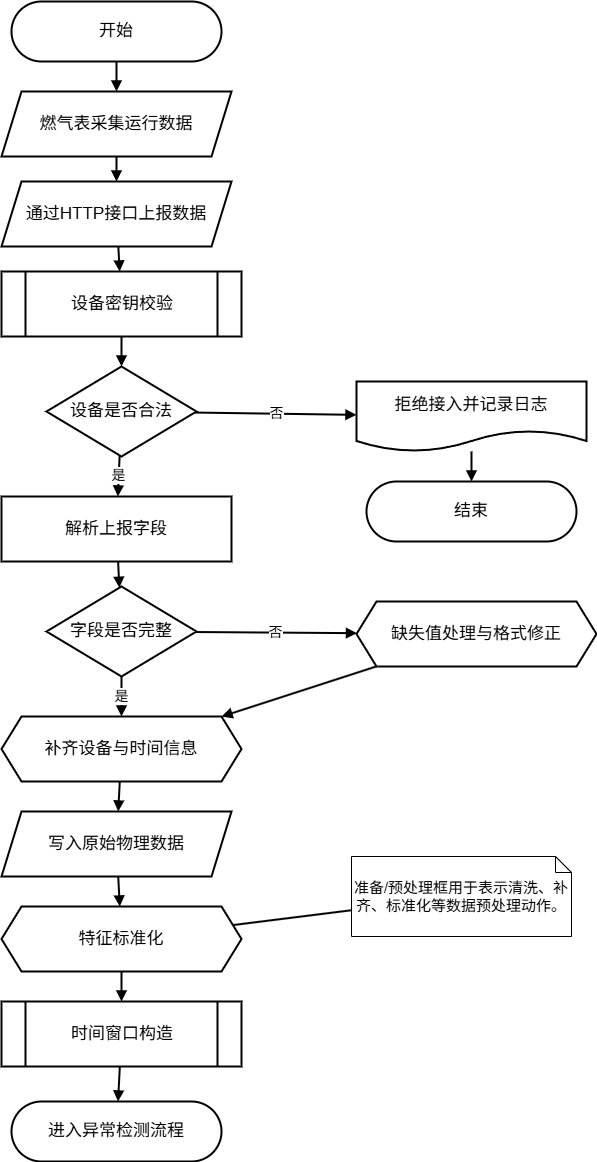
Before: pictures_drawio/数据接入与预处理流程图.drawio.png, a diagram exported from draw.io (solisW/my_thesis_system). Source tidied: cells renumbered, new cells last; positions are measured from the earlier drawing's top-left corner, leaving out a move shared by most shapes. The source it was exported from:
```xml
<mxGraphModel>
  <root>
    <mxCell id="0" />
    <mxCell id="1" parent="0" />
    <mxCell id="2" value="开始" style="rounded=1;arcSize=50;whiteSpace=wrap;html=1;fillColor=#ffffff;strokeColor=#000000;strokeWidth=2;fontSize=17;" parent="1" vertex="1">
      <mxGeometry x="10" width="210" height="60" as="geometry" />
    </mxCell>
    <mxCell id="3" value="燃气表采集运行数据" style="shape=parallelogram;perimeter=parallelogramPerimeter;whiteSpace=wrap;html=1;fixedSize=1;fillColor=#ffffff;strokeColor=#000000;strokeWidth=2;fontSize=17;" parent="1" vertex="1">
      <mxGeometry y="90" width="230" height="65" as="geometry" />
    </mxCell>
    <mxCell id="4" value="通过HTTP接口上报数据" style="shape=parallelogram;perimeter=parallelogramPerimeter;whiteSpace=wrap;html=1;fixedSize=1;fillColor=#ffffff;strokeColor=#000000;strokeWidth=2;fontSize=17;" parent="1" vertex="1">
      <mxGeometry y="180" width="230" height="65" as="geometry" />
    </mxCell>
    <mxCell id="5" value="设备密钥校验" style="shape=process;whiteSpace=wrap;html=1;backgroundOutline=1;fillColor=#ffffff;strokeColor=#000000;strokeWidth=2;fontSize=17;" parent="1" vertex="1">
      <mxGeometry y="270" width="240" height="65" as="geometry" />
    </mxCell>
    <mxCell id="6" value="设备是否合法" style="rhombus;whiteSpace=wrap;html=1;fillColor=#ffffff;strokeColor=#000000;strokeWidth=2;fontSize=17;" parent="1" vertex="1">
      <mxGeometry x="45" y="365" width="150" height="90" as="geometry" />
    </mxCell>
    <mxCell id="7" value="拒绝接入并记录日志" style="shape=document;whiteSpace=wrap;html=1;boundedLbl=1;fillColor=#ffffff;strokeColor=#000000;strokeWidth=2;fontSize=17;" parent="1" vertex="1">
      <mxGeometry x="355" y="380" width="230" height="70" as="geometry" />
    </mxCell>
    <mxCell id="8" value="结束" style="rounded=1;arcSize=50;whiteSpace=wrap;html=1;fillColor=#ffffff;strokeColor=#000000;strokeWidth=2;fontSize=17;" parent="1" vertex="1">
      <mxGeometry x="365" y="480" width="210" height="60" as="geometry" />
    </mxCell>
    <mxCell id="9" value="解析上报字段" style="rounded=0;whiteSpace=wrap;html=1;fillColor=#ffffff;strokeColor=#000000;strokeWidth=2;fontSize=17;" parent="1" vertex="1">
      <mxGeometry y="495" width="230" height="65" as="geometry" />
    </mxCell>
    <mxCell id="10" value="字段是否完整" style="rhombus;whiteSpace=wrap;html=1;fillColor=#ffffff;strokeColor=#000000;strokeWidth=2;fontSize=17;" parent="1" vertex="1">
      <mxGeometry x="45" y="585" width="150" height="90" as="geometry" />
    </mxCell>
    <mxCell id="11" value="缺失值处理与格式修正" style="shape=hexagon;perimeter=hexagonPerimeter2;whiteSpace=wrap;html=1;fixedSize=1;fillColor=#ffffff;strokeColor=#000000;strokeWidth=2;fontSize=17;" parent="1" vertex="1">
      <mxGeometry x="355" y="600" width="240" height="65" as="geometry" />
    </mxCell>
    <mxCell id="12" value="补齐设备与时间信息" style="shape=hexagon;perimeter=hexagonPerimeter2;whiteSpace=wrap;html=1;fixedSize=1;fillColor=#ffffff;strokeColor=#000000;strokeWidth=2;fontSize=17;" parent="1" vertex="1">
      <mxGeometry y="715" width="240" height="65" as="geometry" />
    </mxCell>
    <mxCell id="13" value="写入原始物理数据" style="shape=parallelogram;perimeter=parallelogramPerimeter;whiteSpace=wrap;html=1;fixedSize=1;fillColor=#ffffff;strokeColor=#000000;strokeWidth=2;fontSize=17;" parent="1" vertex="1">
      <mxGeometry y="810" width="230" height="65" as="geometry" />
    </mxCell>
    <mxCell id="14" value="特征标准化" style="shape=hexagon;perimeter=hexagonPerimeter2;whiteSpace=wrap;html=1;fixedSize=1;fillColor=#ffffff;strokeColor=#000000;strokeWidth=2;fontSize=17;" parent="1" vertex="1">
      <mxGeometry y="905" width="240" height="65" as="geometry" />
    </mxCell>
    <mxCell id="15" value="时间窗口构造" style="shape=process;whiteSpace=wrap;html=1;backgroundOutline=1;fillColor=#ffffff;strokeColor=#000000;strokeWidth=2;fontSize=17;" parent="1" vertex="1">
      <mxGeometry y="1000" width="240" height="65" as="geometry" />
    </mxCell>
    <mxCell id="16" value="进入异常检测流程" style="rounded=1;arcSize=50;whiteSpace=wrap;html=1;fillColor=#ffffff;strokeColor=#000000;strokeWidth=2;fontSize=17;" parent="1" vertex="1">
      <mxGeometry x="10" y="1100" width="210" height="60" as="geometry" />
    </mxCell>
    <mxCell id="17" value="准备/预处理框用于表示清洗、补齐、标准化等数据预处理动作。" style="shape=note;whiteSpace=wrap;html=1;size=16;fillColor=#ffffff;strokeColor=#000000;strokeWidth=1;fontSize=15;" parent="1" vertex="1">
      <mxGeometry x="350" y="855" width="220" height="80" as="geometry" />
    </mxCell>
    <mxCell id="18" style="endArrow=block;html=1;rounded=0;strokeWidth=2;fontSize=14;" parent="1" edge="1" source="2" target="3">
      <mxGeometry relative="1" as="geometry" />
    </mxCell>
    <mxCell id="19" style="endArrow=block;html=1;rounded=0;strokeWidth=2;fontSize=14;" parent="1" edge="1" source="3" target="4">
      <mxGeometry relative="1" as="geometry" />
    </mxCell>
    <mxCell id="20" style="endArrow=block;html=1;rounded=0;strokeWidth=2;fontSize=14;" parent="1" edge="1" source="4" target="5">
      <mxGeometry relative="1" as="geometry" />
    </mxCell>
    <mxCell id="21" style="endArrow=block;html=1;rounded=0;strokeWidth=2;fontSize=14;" parent="1" edge="1" source="5" target="6">
      <mxGeometry relative="1" as="geometry" />
    </mxCell>
    <mxCell id="22" value="是" style="endArrow=block;html=1;rounded=0;strokeWidth=2;fontSize=14;" parent="1" edge="1" source="6" target="9">
      <mxGeometry relative="1" as="geometry" />
    </mxCell>
    <mxCell id="23" value="否" style="endArrow=block;html=1;rounded=0;strokeWidth=2;fontSize=14;" parent="1" edge="1" source="6" target="7">
      <mxGeometry relative="1" as="geometry" />
    </mxCell>
    <mxCell id="24" style="endArrow=block;html=1;rounded=0;strokeWidth=2;fontSize=14;" parent="1" edge="1" source="7" target="8">
      <mxGeometry relative="1" as="geometry" />
    </mxCell>
    <mxCell id="25" style="endArrow=block;html=1;rounded=0;strokeWidth=2;fontSize=14;" parent="1" edge="1" source="9" target="10">
      <mxGeometry relative="1" as="geometry" />
    </mxCell>
    <mxCell id="26" value="是" style="endArrow=block;html=1;rounded=0;strokeWidth=2;fontSize=14;" parent="1" edge="1" source="10" target="12">
      <mxGeometry relative="1" as="geometry" />
    </mxCell>
    <mxCell id="27" value="否" style="endArrow=block;html=1;rounded=0;strokeWidth=2;fontSize=14;" parent="1" edge="1" source="10" target="11">
      <mxGeometry relative="1" as="geometry" />
    </mxCell>
    <mxCell id="28" style="endArrow=block;html=1;rounded=0;strokeWidth=2;fontSize=14;" parent="1" edge="1" source="11" target="12">
      <mxGeometry relative="1" as="geometry" />
    </mxCell>
    <mxCell id="29" style="endArrow=block;html=1;rounded=0;strokeWidth=2;fontSize=14;" parent="1" edge="1" source="12" target="13">
      <mxGeometry relative="1" as="geometry" />
    </mxCell>
    <mxCell id="30" style="endArrow=block;html=1;rounded=0;strokeWidth=2;fontSize=14;" parent="1" edge="1" source="13" target="14">
      <mxGeometry relative="1" as="geometry" />
    </mxCell>
    <mxCell id="31" style="endArrow=block;html=1;rounded=0;strokeWidth=2;fontSize=14;" parent="1" edge="1" source="14" target="15">
      <mxGeometry relative="1" as="geometry" />
    </mxCell>
    <mxCell id="32" style="endArrow=block;html=1;rounded=0;strokeWidth=2;fontSize=14;" parent="1" edge="1" source="15" target="16">
      <mxGeometry relative="1" as="geometry" />
    </mxCell>
    <mxCell id="33" style="endArrow=none;html=1;rounded=0;strokeWidth=2;fontSize=14;" parent="1" edge="1" source="17" target="14">
      <mxGeometry relative="1" as="geometry" />
    </mxCell>
  </root>
</mxGraphModel>
```
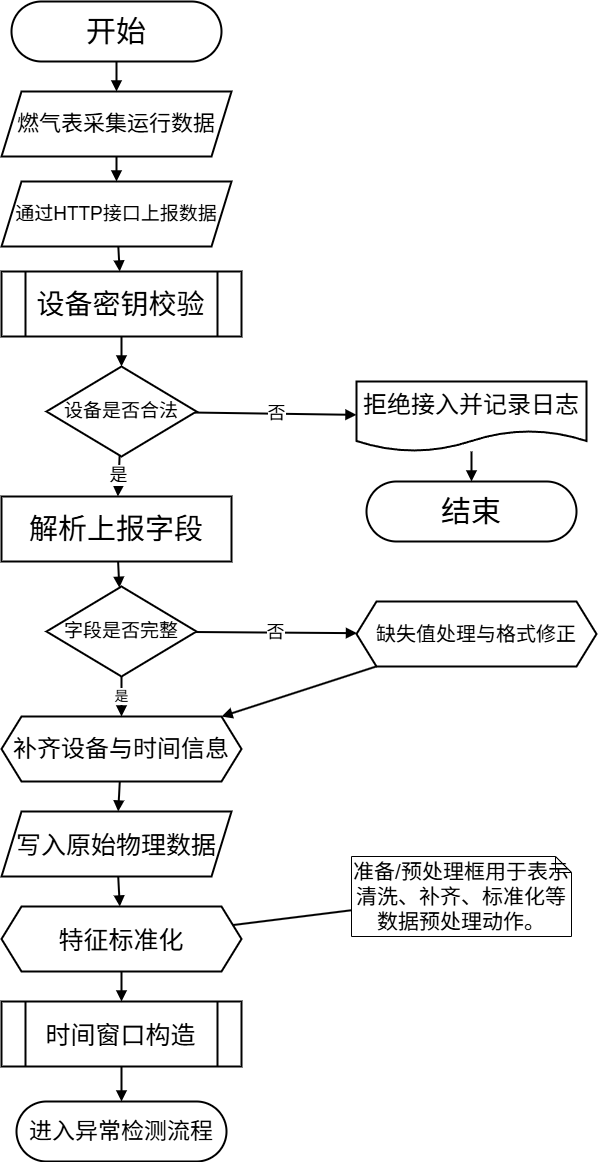
Later version of the same file.

Diff of the diagram source:
```diff
@@ -2,52 +2,52 @@
   <root>
     <mxCell id="0" />
     <mxCell id="1" parent="0" />
-    <mxCell id="2" value="开始" style="rounded=1;arcSize=50;whiteSpace=wrap;html=1;fillColor=#ffffff;strokeColor=#000000;strokeWidth=2;fontSize=17;" parent="1" vertex="1">
+    <mxCell id="2" value="&lt;font style=&quot;font-size: 30px;&quot;&gt;开始&lt;/font&gt;" style="rounded=1;arcSize=50;whiteSpace=wrap;html=1;fillColor=#ffffff;strokeColor=#000000;strokeWidth=2;fontSize=17;" parent="1" vertex="1">
       <mxGeometry x="10" width="210" height="60" as="geometry" />
     </mxCell>
-    <mxCell id="3" value="燃气表采集运行数据" style="shape=parallelogram;perimeter=parallelogramPerimeter;whiteSpace=wrap;html=1;fixedSize=1;fillColor=#ffffff;strokeColor=#000000;strokeWidth=2;fontSize=17;" parent="1" vertex="1">
+    <mxCell id="3" value="&lt;font style=&quot;font-size: 22px;&quot;&gt;燃气表采集运行数据&lt;/font&gt;" style="shape=parallelogram;perimeter=parallelogramPerimeter;whiteSpace=wrap;html=1;fixedSize=1;fillColor=#ffffff;strokeColor=#000000;strokeWidth=2;fontSize=17;" parent="1" vertex="1">
       <mxGeometry y="90" width="230" height="65" as="geometry" />
     </mxCell>
-    <mxCell id="4" value="通过HTTP接口上报数据" style="shape=parallelogram;perimeter=parallelogramPerimeter;whiteSpace=wrap;html=1;fixedSize=1;fillColor=#ffffff;strokeColor=#000000;strokeWidth=2;fontSize=17;" parent="1" vertex="1">
+    <mxCell id="4" value="&lt;font style=&quot;font-size: 19px;&quot;&gt;通过HTTP接口上报数据&lt;/font&gt;" style="shape=parallelogram;perimeter=parallelogramPerimeter;whiteSpace=wrap;html=1;fixedSize=1;fillColor=#ffffff;strokeColor=#000000;strokeWidth=2;fontSize=17;" parent="1" vertex="1">
       <mxGeometry y="180" width="230" height="65" as="geometry" />
     </mxCell>
-    <mxCell id="5" value="设备密钥校验" style="shape=process;whiteSpace=wrap;html=1;backgroundOutline=1;fillColor=#ffffff;strokeColor=#000000;strokeWidth=2;fontSize=17;" parent="1" vertex="1">
+    <mxCell id="5" value="&lt;font style=&quot;font-size: 28px;&quot;&gt;设备密钥校验&lt;/font&gt;" style="shape=process;whiteSpace=wrap;html=1;backgroundOutline=1;fillColor=#ffffff;strokeColor=#000000;strokeWidth=2;fontSize=17;" parent="1" vertex="1">
       <mxGeometry y="270" width="240" height="65" as="geometry" />
     </mxCell>
-    <mxCell id="6" value="设备是否合法" style="rhombus;whiteSpace=wrap;html=1;fillColor=#ffffff;strokeColor=#000000;strokeWidth=2;fontSize=17;" parent="1" vertex="1">
+    <mxCell id="6" value="&lt;font style=&quot;font-size: 19px;&quot;&gt;设备是否合法&lt;/font&gt;" style="rhombus;whiteSpace=wrap;html=1;fillColor=#ffffff;strokeColor=#000000;strokeWidth=2;fontSize=17;" parent="1" vertex="1">
       <mxGeometry x="45" y="365" width="150" height="90" as="geometry" />
     </mxCell>
-    <mxCell id="7" value="拒绝接入并记录日志" style="shape=document;whiteSpace=wrap;html=1;boundedLbl=1;fillColor=#ffffff;strokeColor=#000000;strokeWidth=2;fontSize=17;" parent="1" vertex="1">
+    <mxCell id="7" value="&lt;font style=&quot;font-size: 24px;&quot;&gt;拒绝接入并记录日志&lt;/font&gt;" style="shape=document;whiteSpace=wrap;html=1;boundedLbl=1;fillColor=#ffffff;strokeColor=#000000;strokeWidth=2;fontSize=17;" parent="1" vertex="1">
       <mxGeometry x="355" y="380" width="230" height="70" as="geometry" />
     </mxCell>
-    <mxCell id="8" value="结束" style="rounded=1;arcSize=50;whiteSpace=wrap;html=1;fillColor=#ffffff;strokeColor=#000000;strokeWidth=2;fontSize=17;" parent="1" vertex="1">
+    <mxCell id="8" value="&lt;font style=&quot;font-size: 30px;&quot;&gt;结束&lt;/font&gt;" style="rounded=1;arcSize=50;whiteSpace=wrap;html=1;fillColor=#ffffff;strokeColor=#000000;strokeWidth=2;fontSize=17;" parent="1" vertex="1">
       <mxGeometry x="365" y="480" width="210" height="60" as="geometry" />
     </mxCell>
-    <mxCell id="9" value="解析上报字段" style="rounded=0;whiteSpace=wrap;html=1;fillColor=#ffffff;strokeColor=#000000;strokeWidth=2;fontSize=17;" parent="1" vertex="1">
+    <mxCell id="9" value="&lt;font style=&quot;font-size: 29px;&quot;&gt;解析上报字段&lt;/font&gt;" style="rounded=0;whiteSpace=wrap;html=1;fillColor=#ffffff;strokeColor=#000000;strokeWidth=2;fontSize=17;" parent="1" vertex="1">
       <mxGeometry y="495" width="230" height="65" as="geometry" />
     </mxCell>
-    <mxCell id="10" value="字段是否完整" style="rhombus;whiteSpace=wrap;html=1;fillColor=#ffffff;strokeColor=#000000;strokeWidth=2;fontSize=17;" parent="1" vertex="1">
+    <mxCell id="10" value="&lt;font style=&quot;font-size: 19px;&quot;&gt;字段是否完整&lt;/font&gt;" style="rhombus;whiteSpace=wrap;html=1;fillColor=#ffffff;strokeColor=#000000;strokeWidth=2;fontSize=17;" parent="1" vertex="1">
       <mxGeometry x="45" y="585" width="150" height="90" as="geometry" />
     </mxCell>
-    <mxCell id="11" value="缺失值处理与格式修正" style="shape=hexagon;perimeter=hexagonPerimeter2;whiteSpace=wrap;html=1;fixedSize=1;fillColor=#ffffff;strokeColor=#000000;strokeWidth=2;fontSize=17;" parent="1" vertex="1">
+    <mxCell id="11" value="&lt;font style=&quot;font-size: 20px;&quot;&gt;缺失值处理与格式修正&lt;/font&gt;" style="shape=hexagon;perimeter=hexagonPerimeter2;whiteSpace=wrap;html=1;fixedSize=1;fillColor=#ffffff;strokeColor=#000000;strokeWidth=2;fontSize=17;" parent="1" vertex="1">
       <mxGeometry x="355" y="600" width="240" height="65" as="geometry" />
     </mxCell>
-    <mxCell id="12" value="补齐设备与时间信息" style="shape=hexagon;perimeter=hexagonPerimeter2;whiteSpace=wrap;html=1;fixedSize=1;fillColor=#ffffff;strokeColor=#000000;strokeWidth=2;fontSize=17;" parent="1" vertex="1">
+    <mxCell id="12" value="&lt;font style=&quot;font-size: 24px;&quot;&gt;补齐设备与时间信息&lt;/font&gt;" style="shape=hexagon;perimeter=hexagonPerimeter2;whiteSpace=wrap;html=1;fixedSize=1;fillColor=#ffffff;strokeColor=#000000;strokeWidth=2;fontSize=17;" parent="1" vertex="1">
       <mxGeometry y="715" width="240" height="65" as="geometry" />
     </mxCell>
-    <mxCell id="13" value="写入原始物理数据" style="shape=parallelogram;perimeter=parallelogramPerimeter;whiteSpace=wrap;html=1;fixedSize=1;fillColor=#ffffff;strokeColor=#000000;strokeWidth=2;fontSize=17;" parent="1" vertex="1">
+    <mxCell id="13" value="&lt;font style=&quot;font-size: 25px;&quot;&gt;写入原始物理数据&lt;/font&gt;" style="shape=parallelogram;perimeter=parallelogramPerimeter;whiteSpace=wrap;html=1;fixedSize=1;fillColor=#ffffff;strokeColor=#000000;strokeWidth=2;fontSize=17;" parent="1" vertex="1">
       <mxGeometry y="810" width="230" height="65" as="geometry" />
     </mxCell>
-    <mxCell id="14" value="特征标准化" style="shape=hexagon;perimeter=hexagonPerimeter2;whiteSpace=wrap;html=1;fixedSize=1;fillColor=#ffffff;strokeColor=#000000;strokeWidth=2;fontSize=17;" parent="1" vertex="1">
+    <mxCell id="14" value="&lt;font style=&quot;font-size: 25px;&quot;&gt;特征标准化&lt;/font&gt;" style="shape=hexagon;perimeter=hexagonPerimeter2;whiteSpace=wrap;html=1;fixedSize=1;fillColor=#ffffff;strokeColor=#000000;strokeWidth=2;fontSize=17;" parent="1" vertex="1">
       <mxGeometry y="905" width="240" height="65" as="geometry" />
     </mxCell>
-    <mxCell id="15" value="时间窗口构造" style="shape=process;whiteSpace=wrap;html=1;backgroundOutline=1;fillColor=#ffffff;strokeColor=#000000;strokeWidth=2;fontSize=17;" parent="1" vertex="1">
+    <mxCell id="15" value="&lt;font style=&quot;font-size: 25px;&quot;&gt;时间窗口构造&lt;/font&gt;" style="shape=process;whiteSpace=wrap;html=1;backgroundOutline=1;fillColor=#ffffff;strokeColor=#000000;strokeWidth=2;fontSize=17;" parent="1" vertex="1">
       <mxGeometry y="1000" width="240" height="65" as="geometry" />
     </mxCell>
-    <mxCell id="16" value="进入异常检测流程" style="rounded=1;arcSize=50;whiteSpace=wrap;html=1;fillColor=#ffffff;strokeColor=#000000;strokeWidth=2;fontSize=17;" parent="1" vertex="1">
-      <mxGeometry x="10" y="1100" width="210" height="60" as="geometry" />
+    <mxCell id="16" value="&lt;font style=&quot;font-size: 23px;&quot;&gt;进入异常检测流程&lt;/font&gt;" style="rounded=1;arcSize=50;whiteSpace=wrap;html=1;fillColor=#ffffff;strokeColor=#000000;strokeWidth=2;fontSize=17;" parent="1" vertex="1">
+      <mxGeometry x="15" y="1100" width="210" height="60" as="geometry" />
     </mxCell>
-    <mxCell id="17" value="准备/预处理框用于表示清洗、补齐、标准化等数据预处理动作。" style="shape=note;whiteSpace=wrap;html=1;size=16;fillColor=#ffffff;strokeColor=#000000;strokeWidth=1;fontSize=15;" parent="1" vertex="1">
+    <mxCell id="17" value="&lt;font style=&quot;font-size: 21px;&quot;&gt;准备/预处理框用于表示清洗、补齐、标准化等数据预处理动作。&lt;/font&gt;" style="shape=note;whiteSpace=wrap;html=1;size=16;fillColor=#ffffff;strokeColor=#000000;strokeWidth=1;fontSize=15;" parent="1" vertex="1">
       <mxGeometry x="350" y="855" width="220" height="80" as="geometry" />
     </mxCell>
     <mxCell id="18" style="endArrow=block;html=1;rounded=0;strokeWidth=2;fontSize=14;" parent="1" edge="1" source="2" target="3">
@@ -62,10 +62,10 @@
     <mxCell id="21" style="endArrow=block;html=1;rounded=0;strokeWidth=2;fontSize=14;" parent="1" edge="1" source="5" target="6">
       <mxGeometry relative="1" as="geometry" />
     </mxCell>
-    <mxCell id="22" value="是" style="endArrow=block;html=1;rounded=0;strokeWidth=2;fontSize=14;" parent="1" edge="1" source="6" target="9">
+    <mxCell id="22" value="&lt;font style=&quot;font-size: 18px;&quot;&gt;是&lt;/font&gt;" style="endArrow=block;html=1;rounded=0;strokeWidth=2;fontSize=14;" parent="1" edge="1" source="6" target="9">
       <mxGeometry relative="1" as="geometry" />
     </mxCell>
-    <mxCell id="23" value="否" style="endArrow=block;html=1;rounded=0;strokeWidth=2;fontSize=14;" parent="1" edge="1" source="6" target="7">
+    <mxCell id="23" value="&lt;font style=&quot;font-size: 18px;&quot;&gt;否&lt;/font&gt;" style="endArrow=block;html=1;rounded=0;strokeWidth=2;fontSize=14;" parent="1" edge="1" source="6" target="7">
       <mxGeometry relative="1" as="geometry" />
     </mxCell>
     <mxCell id="24" style="endArrow=block;html=1;rounded=0;strokeWidth=2;fontSize=14;" parent="1" edge="1" source="7" target="8">
@@ -77,7 +77,7 @@
     <mxCell id="26" value="是" style="endArrow=block;html=1;rounded=0;strokeWidth=2;fontSize=14;" parent="1" edge="1" source="10" target="12">
       <mxGeometry relative="1" as="geometry" />
     </mxCell>
-    <mxCell id="27" value="否" style="endArrow=block;html=1;rounded=0;strokeWidth=2;fontSize=14;" parent="1" edge="1" source="10" target="11">
+    <mxCell id="27" value="&lt;font style=&quot;font-size: 18px;&quot;&gt;否&lt;/font&gt;" style="endArrow=block;html=1;rounded=0;strokeWidth=2;fontSize=14;" parent="1" edge="1" source="10" target="11">
       <mxGeometry relative="1" as="geometry" />
     </mxCell>
     <mxCell id="28" style="endArrow=block;html=1;rounded=0;strokeWidth=2;fontSize=14;" parent="1" edge="1" source="11" target="12">
```
